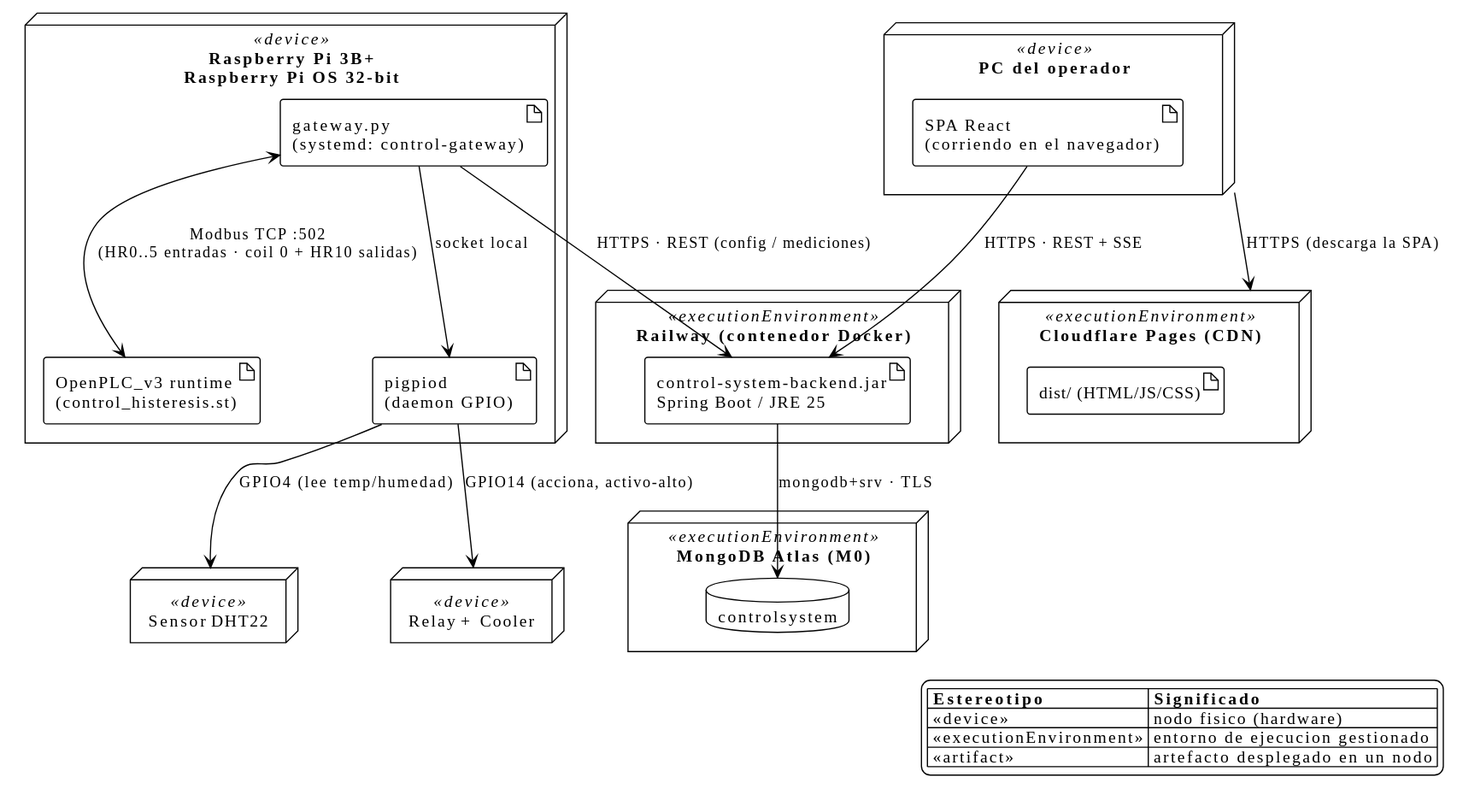
Earlier version of the PlantUML export docs/uml/deployment.svg (andinogabriel/plc-control-backend).
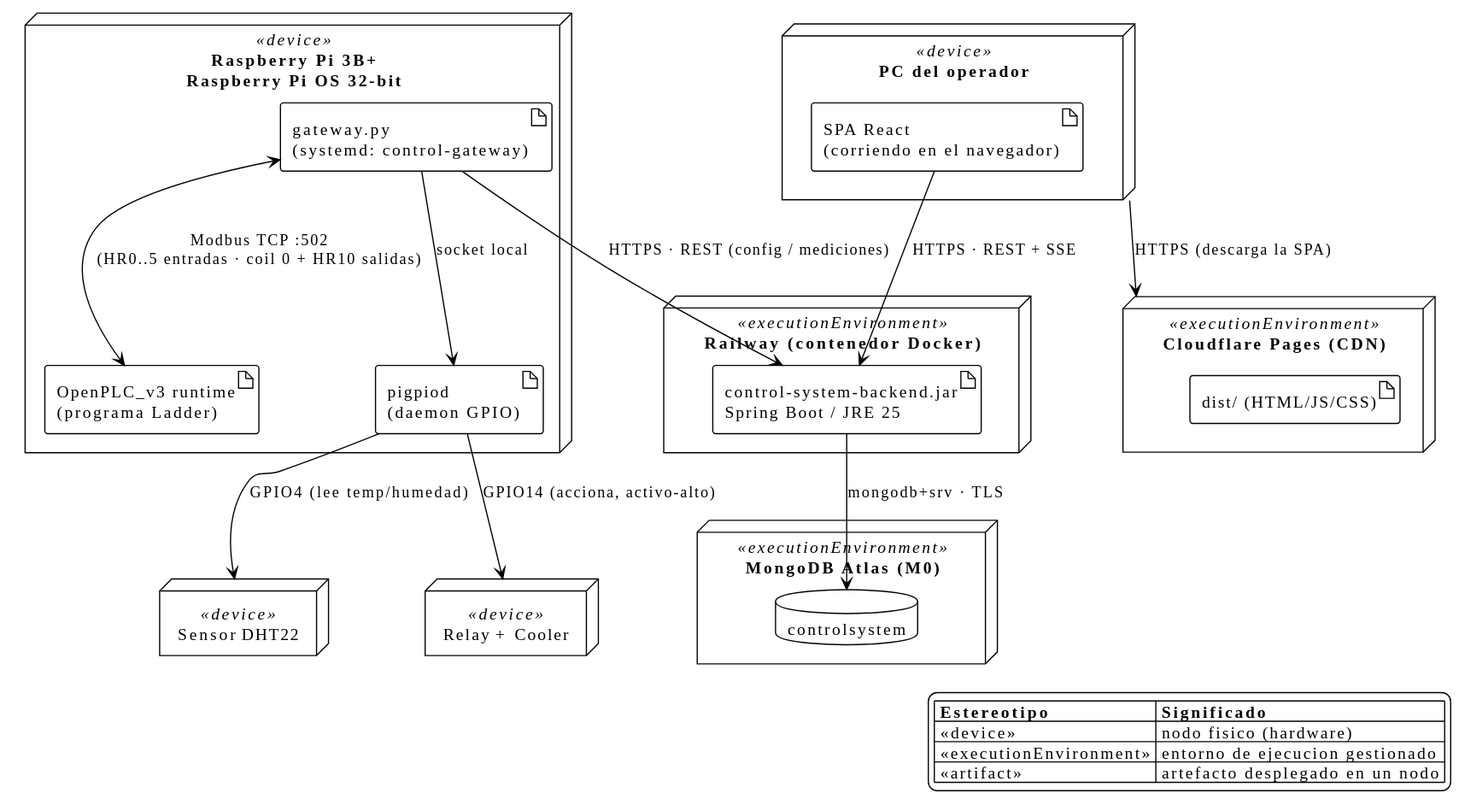
After the change.

Commit message:
docs(uml): relabel the OpenPLC control program as Ladder (LD) (#62)

Diff of the diagram source:
```diff
@@ -21,7 +21,7 @@
 }
 node "Raspberry Pi 3B+\nRaspberry Pi OS 32-bit" <<device>> as RPI {
   artifact "gateway.py\n(systemd: control-gateway)" as GW
-  artifact "OpenPLC_v3 runtime\n(control_histeresis.st)" as PLC
+  artifact "OpenPLC_v3 runtime\n(programa Ladder)" as PLC
   artifact "pigpiod\n(daemon GPIO)" as PIG
 }
 node "Sensor DHT22" <<device>> as DHT
```
